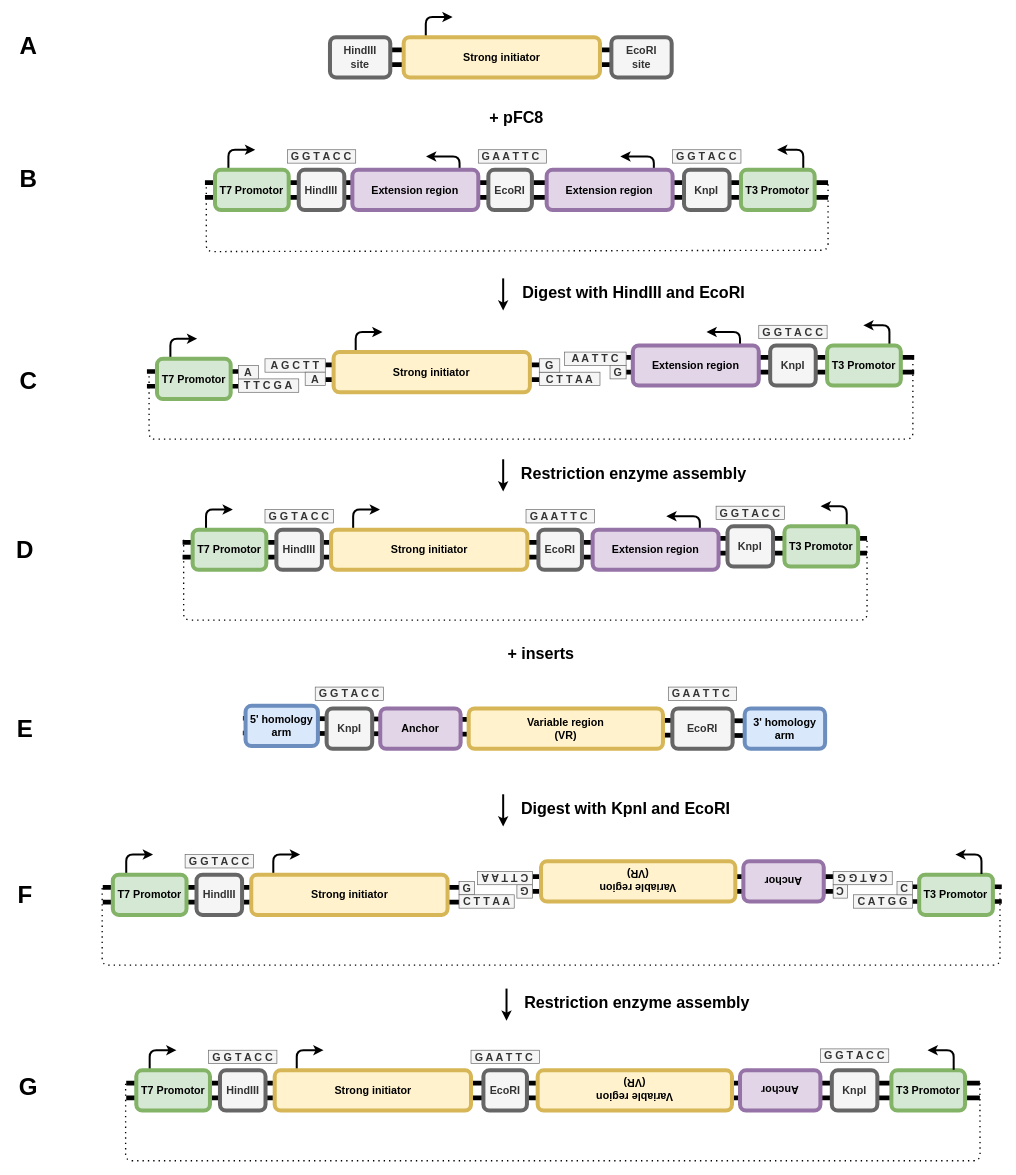
EthanHolleman/VR-cloning-protocol keeps this draw.io diagram as page "T7-termination-series" (2 of 5) of diagrams/construct_diagrams.drawio. Above is the earlier version. Source tidied: cells renumbered, new cells numbered last; positions are measured from the earlier drawing's top-left corner, leaving out a move shared by most shapes. Both pictures are drawn from the tidied source at 67%, with x=0, y=0 at pixel (11, 17).
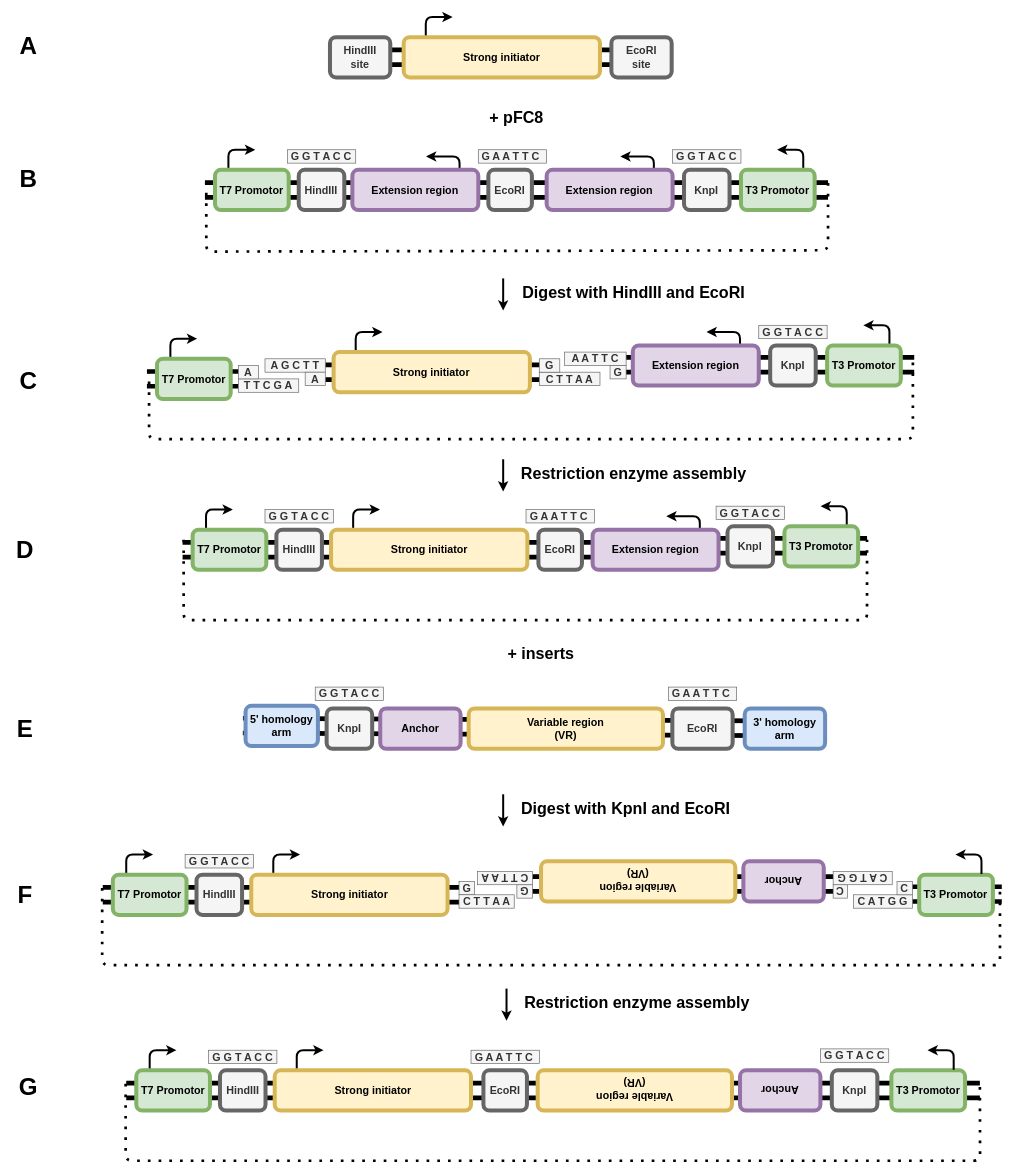
The same page after the edit.

Change to the diagram source:
```diff
@@
-    <mxCell id="16" style="endArrow=none;dashed=1;html=1;dashPattern=1 3;strokeWidth=2;" parent="1" edge="1">
+    <mxCell id="16" style="endArrow=none;dashed=1;html=1;dashPattern=1 3;strokeWidth=4;" parent="1" edge="1">
       <mxGeometry relative="1" as="geometry">
         <mxPoint x="290.4" y="246" as="sourcePoint" />
         <mxPoint x="1218.4" y="246" as="targetPoint" />
         <Array as="points">
           <mxPoint x="290.4" y="350" />
           <mxPoint x="1218.4" y="348" />
         </Array>
       </mxGeometry>
     </mxCell>
@@
-    <mxCell id="34" style="endArrow=none;dashed=1;html=1;dashPattern=1 3;strokeWidth=2;" parent="1" edge="1">
+    <mxCell id="34" style="endArrow=none;dashed=1;html=1;dashPattern=1 3;strokeWidth=4;" parent="1" edge="1">
       <mxGeometry relative="1" as="geometry">
         <mxPoint x="205" y="528" as="sourcePoint" />
         <mxPoint x="1345" y="510" as="targetPoint" />
         <Array as="points">
           <mxPoint x="205" y="630" />
           <mxPoint x="1345" y="630" />
         </Array>
       </mxGeometry>
     </mxCell>
@@
-    <mxCell id="55" style="endArrow=none;dashed=1;html=1;dashPattern=1 3;strokeWidth=2;" parent="1" edge="1">
+    <mxCell id="55" style="endArrow=none;dashed=1;html=1;dashPattern=1 3;strokeWidth=4;" parent="1" edge="1">
       <mxGeometry relative="1" as="geometry">
         <mxPoint x="256.6" y="780" as="sourcePoint" />
         <mxPoint x="1276.6" y="780" as="targetPoint" />
         <Array as="points">
           <mxPoint x="256.6" y="900" />
           <mxPoint x="1276.6" y="900" />
         </Array>
       </mxGeometry>
     </mxCell>
@@
-    <mxCell id="87" style="endArrow=none;dashed=1;html=1;dashPattern=1 3;strokeWidth=2;" parent="1" edge="1">
+    <mxCell id="87" style="endArrow=none;dashed=1;html=1;dashPattern=1 3;strokeWidth=4;" parent="1" edge="1">
       <mxGeometry relative="1" as="geometry">
         <mxPoint x="135" y="1300" as="sourcePoint" />
         <mxPoint x="1475" y="1295" as="targetPoint" />
         <Array as="points">
           <mxPoint x="135" y="1415" />
           <mxPoint x="1475" y="1415" />
         </Array>
       </mxGeometry>
     </mxCell>
@@
-    <mxCell id="123" style="endArrow=none;dashed=1;html=1;dashPattern=1 3;strokeWidth=2;" parent="1" edge="1">
+    <mxCell id="123" style="endArrow=none;dashed=1;html=1;dashPattern=1 3;strokeWidth=4;" parent="1" edge="1">
       <mxGeometry relative="1" as="geometry">
         <mxPoint x="170" y="1592" as="sourcePoint" />
         <mxPoint x="1445" y="1587" as="targetPoint" />
         <Array as="points">
           <mxPoint x="170" y="1707" />
           <mxPoint x="1445.3" y="1707" />
         </Array>
       </mxGeometry>
     </mxCell>
```
